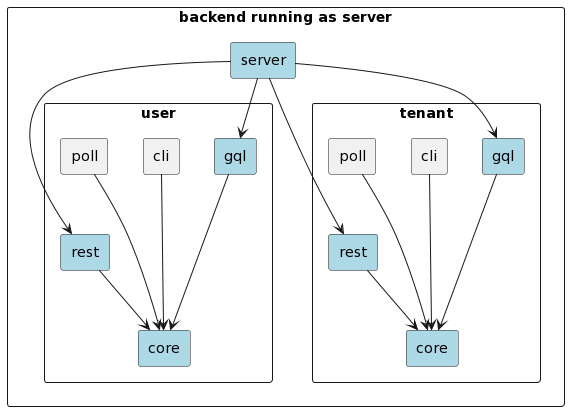
maxh/maxheinritz.com keeps this PlantUML diagram as images/posts/backend-running-as-server.png. Above is the earlier version.
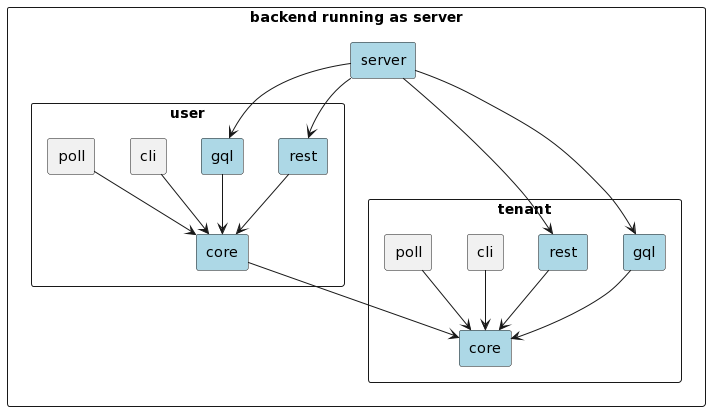
Above is the later version.

The edit, as a diff of the source:
```diff
@@ -33,14 +33,18 @@
 server --> rest_user
 server --> gql_user
 
+cli_user --> core_user
+gql_user --> core_user
+poll_user --> core_user
 rest_user --> core_user
-cli_user ---> core_user
-gql_user ---> core_user
-poll_user ---> core_user
+
+gql_tenant --> core_tenant
+rest_tenant --> core_tenant
+
+cli_tenant --> core_tenant
+
+poll_tenant --> core_tenant
 
 
-rest_tenant --> core_tenant
-cli_tenant ---> core_tenant
-gql_tenant ---> core_tenant
-poll_tenant ---> core_tenant
+core_user --> core_tenant
 @enduml
```
